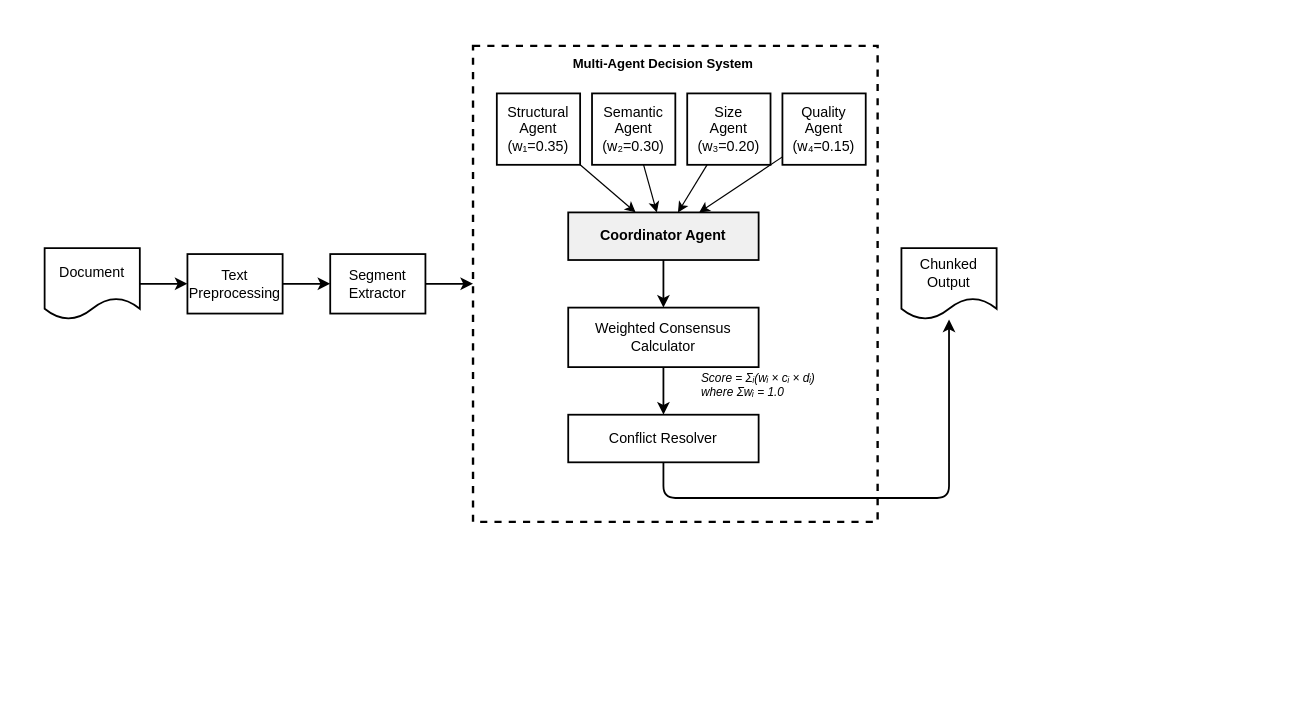
Before: diagrams/drawio/01_multi_agent_architecture.drawio in EngindalgaMaku/ebars, a draw.io diagram. Source tidied: cells renumbered, new cells numbered last; positions are measured from the earlier drawing's top-left corner, leaving out a move shared by most shapes. Both pictures are drawn from the tidied source at 119%, with x=0, y=0 at pixel (44, 45).
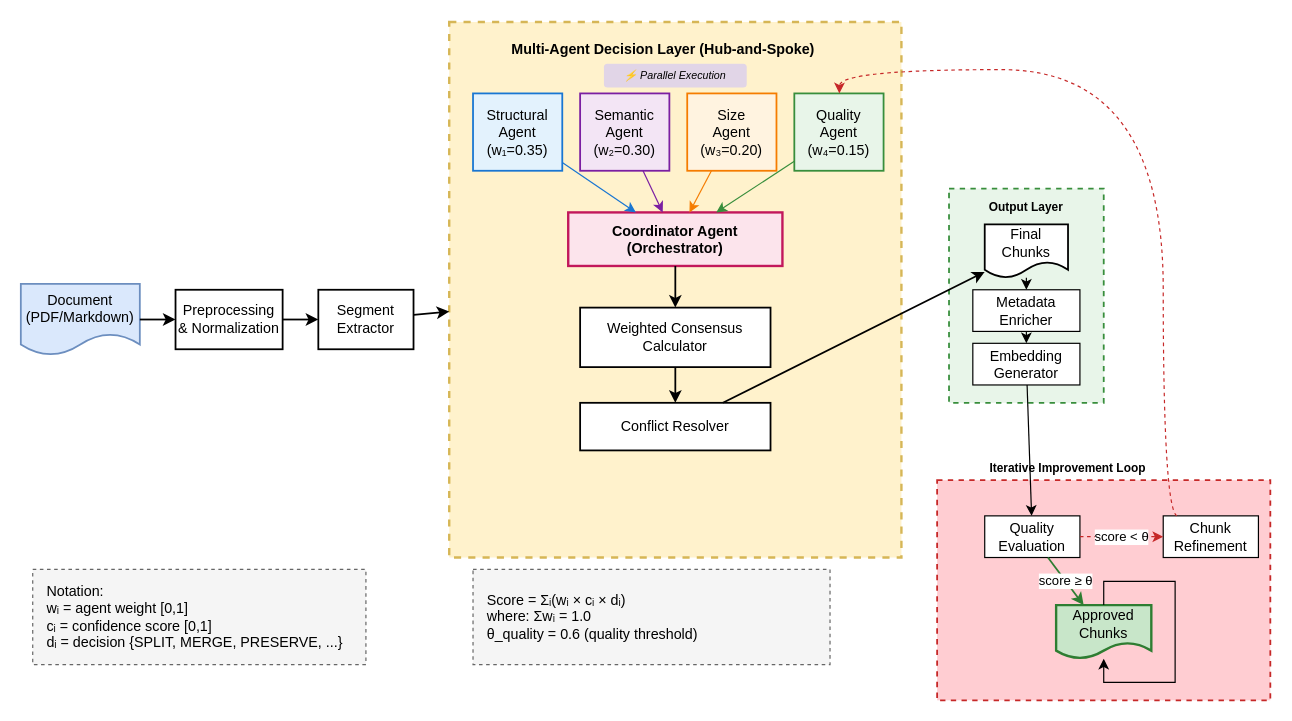
Above is the later version.

What changed in the source:
```diff
@@
-    <mxCell id="2" value="Document" style="shape=document;whiteSpace=wrap;html=1;boundedLbl=1;fillColor=#ffffff;strokeColor=#000000;strokeWidth=1.5;" parent="1" vertex="1">
-      <mxGeometry y="170" width="80" height="60" as="geometry" />
+    <mxCell id="2" value="Document&#10;(PDF/Markdown)" style="shape=document;whiteSpace=wrap;html=1;boundedLbl=1;fillColor=#dae8fc;strokeColor=#6c8ebf;strokeWidth=1.5;" parent="1" vertex="1">
+      <mxGeometry x="-20" y="200" width="100" height="60" as="geometry" />
     </mxCell>
-    <mxCell id="3" value="Text&#10;Preprocessing" style="rounded=0;whiteSpace=wrap;html=1;fillColor=#ffffff;strokeColor=#000000;strokeWidth=1.5;" parent="1" vertex="1">
-      <mxGeometry x="120" y="175" width="80" height="50" as="geometry" />
+    <mxCell id="3" value="Preprocessing&#10;&amp; Normalization" style="rounded=0;whiteSpace=wrap;html=1;fillColor=#ffffff;strokeColor=#000000;strokeWidth=1.5;" parent="1" vertex="1">
+      <mxGeometry x="110" y="205" width="90" height="50" as="geometry" />
     </mxCell>
     <mxCell id="4" value="Segment&#10;Extractor" style="rounded=0;whiteSpace=wrap;html=1;fillColor=#ffffff;strokeColor=#000000;strokeWidth=1.5;" parent="1" vertex="1">
-      <mxGeometry x="240" y="175" width="80" height="50" as="geometry" />
+      <mxGeometry x="230" y="205" width="80" height="50" as="geometry" />
     </mxCell>
-    <mxCell id="5" style="rounded=0;whiteSpace=wrap;html=1;fillColor=#ffffff;strokeColor=#000000;strokeWidth=2;dashed=1;" parent="1" vertex="1">
-      <mxGeometry x="360" width="340" height="400" as="geometry" />
+    <mxCell id="5" style="rounded=0;whiteSpace=wrap;html=1;fillColor=#fff2cc;strokeColor=#d6b656;strokeWidth=2;dashed=1;" parent="1" vertex="1">
+      <mxGeometry x="340" y="-20" width="380" height="450" as="geometry" />
     </mxCell>
-    <mxCell id="6" value="Multi-Agent Decision System" style="text;html=1;strokeColor=none;fillColor=none;align=center;verticalAlign=middle;whiteSpace=wrap;rounded=0;fontStyle=1;fontSize=11;" parent="1" vertex="1">
-      <mxGeometry x="420" y="5" width="200" height="20" as="geometry" />
+    <mxCell id="6" value="Multi-Agent Decision Layer (Hub-and-Spoke)" style="text;html=1;strokeColor=none;fillColor=none;align=center;verticalAlign=middle;whiteSpace=wrap;rounded=0;fontStyle=1;fontSize=12;" parent="1" vertex="1">
+      <mxGeometry x="380" y="-10" width="280" height="25" as="geometry" />
     </mxCell>
+    <mxCell id="26" value="⚡ Parallel Execution" style="text;html=1;strokeColor=none;fillColor=#e1d5e7;align=center;verticalAlign=middle;whiteSpace=wrap;rounded=1;fontSize=9;fontStyle=2;" parent="1" vertex="1">
+      <mxGeometry x="470" y="15" width="120" height="20" as="geometry" />
+    </mxCell>
-    <mxCell id="7" value="Structural&#10;Agent&#10;(w₁=0.35)" style="rounded=0;whiteSpace=wrap;html=1;fillColor=#ffffff;strokeColor=#000000;strokeWidth=1.5;" parent="1" vertex="1">
-      <mxGeometry x="380" y="40" width="70" height="60" as="geometry" />
+    <mxCell id="7" value="Structural&#10;Agent&#10;(w₁=0.35)" style="rounded=0;whiteSpace=wrap;html=1;fillColor=#e3f2fd;strokeColor=#1976d2;strokeWidth=1.5;" parent="1" vertex="1">
+      <mxGeometry x="360" y="40" width="75" height="65" as="geometry" />
     </mxCell>
-    <mxCell id="8" value="Semantic&#10;Agent&#10;(w₂=0.30)" style="rounded=0;whiteSpace=wrap;html=1;fillColor=#ffffff;strokeColor=#000000;strokeWidth=1.5;" parent="1" vertex="1">
-      <mxGeometry x="460" y="40" width="70" height="60" as="geometry" />
+    <mxCell id="8" value="Semantic&#10;Agent&#10;(w₂=0.30)" style="rounded=0;whiteSpace=wrap;html=1;fillColor=#f3e5f5;strokeColor=#7b1fa2;strokeWidth=1.5;" parent="1" vertex="1">
+      <mxGeometry x="450" y="40" width="75" height="65" as="geometry" />
     </mxCell>
-    <mxCell id="9" value="Size&#10;Agent&#10;(w₃=0.20)" style="rounded=0;whiteSpace=wrap;html=1;fillColor=#ffffff;strokeColor=#000000;strokeWidth=1.5;" parent="1" vertex="1">
-      <mxGeometry x="540" y="40" width="70" height="60" as="geometry" />
+    <mxCell id="9" value="Size&#10;Agent&#10;(w₃=0.20)" style="rounded=0;whiteSpace=wrap;html=1;fillColor=#fff3e0;strokeColor=#f57c00;strokeWidth=1.5;" parent="1" vertex="1">
+      <mxGeometry x="540" y="40" width="75" height="65" as="geometry" />
     </mxCell>
-    <mxCell id="10" value="Quality&#10;Agent&#10;(w₄=0.15)" style="rounded=0;whiteSpace=wrap;html=1;fillColor=#ffffff;strokeColor=#000000;strokeWidth=1.5;" parent="1" vertex="1">
-      <mxGeometry x="620" y="40" width="70" height="60" as="geometry" />
+    <mxCell id="10" value="Quality&#10;Agent&#10;(w₄=0.15)" style="rounded=0;whiteSpace=wrap;html=1;fillColor=#e8f5e9;strokeColor=#388e3c;strokeWidth=1.5;" parent="1" vertex="1">
+      <mxGeometry x="630" y="40" width="75" height="65" as="geometry" />
     </mxCell>
-    <mxCell id="11" value="Coordinator Agent" style="rounded=0;whiteSpace=wrap;html=1;fillColor=#f0f0f0;strokeColor=#000000;strokeWidth=1.5;fontStyle=1;" parent="1" vertex="1">
-      <mxGeometry x="440" y="140" width="160" height="40" as="geometry" />
+    <mxCell id="11" value="Coordinator Agent&#10;(Orchestrator)" style="rounded=0;whiteSpace=wrap;html=1;fillColor=#fce4ec;strokeColor=#c2185b;strokeWidth=2;fontStyle=1;" parent="1" vertex="1">
+      <mxGeometry x="440" y="140" width="180" height="45" as="geometry" />
     </mxCell>
     <mxCell id="12" value="Weighted Consensus&#10;Calculator" style="rounded=0;whiteSpace=wrap;html=1;fillColor=#ffffff;strokeColor=#000000;strokeWidth=1.5;" parent="1" vertex="1">
-      <mxGeometry x="440" y="220" width="160" height="50" as="geometry" />
+      <mxGeometry x="450" y="220" width="160" height="50" as="geometry" />
     </mxCell>
     <mxCell id="13" value="Conflict Resolver" style="rounded=0;whiteSpace=wrap;html=1;fillColor=#ffffff;strokeColor=#000000;strokeWidth=1.5;" parent="1" vertex="1">
-      <mxGeometry x="440" y="310" width="160" height="40" as="geometry" />
+      <mxGeometry x="450" y="300" width="160" height="40" as="geometry" />
     </mxCell>
-    <mxCell id="14" value="Chunked&#10;Output" style="shape=document;whiteSpace=wrap;html=1;boundedLbl=1;fillColor=#ffffff;strokeColor=#000000;strokeWidth=1.5;" parent="1" vertex="1">
-      <mxGeometry x="720" y="170" width="80" height="60" as="geometry" />
-    </mxCell>
+    <mxCell id="27" style="rounded=0;whiteSpace=wrap;html=1;fillColor=#e8f5e9;strokeColor=#388e3c;strokeWidth=1.5;dashed=1;" parent="1" vertex="1">
+      <mxGeometry x="760" y="120" width="130" height="180" as="geometry" />
+    </mxCell>
+    <mxCell id="28" value="Output Layer" style="text;html=1;strokeColor=none;fillColor=none;align=center;verticalAlign=middle;whiteSpace=wrap;rounded=0;fontStyle=1;fontSize=10;" parent="1" vertex="1">
+      <mxGeometry x="775" y="125" width="100" height="20" as="geometry" />
+    </mxCell>
+    <mxCell id="29" value="Final&#10;Chunks" style="shape=document;whiteSpace=wrap;html=1;boundedLbl=1;fillColor=#ffffff;strokeColor=#000000;strokeWidth=1.5;" parent="1" vertex="1">
+      <mxGeometry x="790" y="150" width="70" height="45" as="geometry" />
+    </mxCell>
+    <mxCell id="30" value="Metadata&#10;Enricher" style="rounded=0;whiteSpace=wrap;html=1;fillColor=#ffffff;strokeColor=#000000;strokeWidth=1;" parent="1" vertex="1">
+      <mxGeometry x="780" y="205" width="90" height="35" as="geometry" />
+    </mxCell>
+    <mxCell id="31" value="Embedding&#10;Generator" style="rounded=0;whiteSpace=wrap;html=1;fillColor=#ffffff;strokeColor=#000000;strokeWidth=1;" parent="1" vertex="1">
+      <mxGeometry x="780" y="250" width="90" height="35" as="geometry" />
+    </mxCell>
+    <mxCell id="32" style="rounded=0;whiteSpace=wrap;html=1;fillColor=#ffcdd2;strokeColor=#c62828;strokeWidth=1.5;dashed=1;" parent="1" vertex="1">
+      <mxGeometry x="750" y="365" width="280" height="185" as="geometry" />
+    </mxCell>
+    <mxCell id="33" value="Iterative Improvement Loop" style="text;html=1;strokeColor=none;fillColor=none;align=center;verticalAlign=middle;whiteSpace=wrap;rounded=0;fontStyle=1;fontSize=10;" parent="1" vertex="1">
+      <mxGeometry x="780" y="345" width="160" height="20" as="geometry" />
+    </mxCell>
+    <mxCell id="34" value="Quality&#10;Evaluation" style="rounded=0;whiteSpace=wrap;html=1;fillColor=#ffffff;strokeColor=#000000;strokeWidth=1;" parent="1" vertex="1">
+      <mxGeometry x="790" y="395" width="80" height="35" as="geometry" />
+    </mxCell>
+    <mxCell id="35" value="Chunk&#10;Refinement" style="rounded=0;whiteSpace=wrap;html=1;fillColor=#ffffff;strokeColor=#000000;strokeWidth=1;" parent="1" vertex="1">
+      <mxGeometry x="940" y="395" width="80" height="35" as="geometry" />
+    </mxCell>
+    <mxCell id="36" value="Approved&#10;Chunks" style="shape=document;whiteSpace=wrap;html=1;boundedLbl=1;fillColor=#c8e6c9;strokeColor=#2e7d32;strokeWidth=2;" parent="1" vertex="1">
+      <mxGeometry x="850" y="470" width="80" height="45" as="geometry" />
+    </mxCell>
@@
-    <mxCell id="18" style="endArrow=classic;html=1;strokeWidth=1;strokeColor=#000000;" parent="1" edge="1" source="7" target="11">
+    <mxCell id="18" style="endArrow=classic;html=1;strokeWidth=1;strokeColor=#1976d2;" parent="1" edge="1" source="7" target="11">
       <mxGeometry relative="1" as="geometry" />
     </mxCell>
-    <mxCell id="19" style="endArrow=classic;html=1;strokeWidth=1;strokeColor=#000000;" parent="1" edge="1" source="8" target="11">
+    <mxCell id="19" style="endArrow=classic;html=1;strokeWidth=1;strokeColor=#7b1fa2;" parent="1" edge="1" source="8" target="11">
       <mxGeometry relative="1" as="geometry" />
     </mxCell>
-    <mxCell id="20" style="endArrow=classic;html=1;strokeWidth=1;strokeColor=#000000;" parent="1" edge="1" source="9" target="11">
+    <mxCell id="20" style="endArrow=classic;html=1;strokeWidth=1;strokeColor=#f57c00;" parent="1" edge="1" source="9" target="11">
       <mxGeometry relative="1" as="geometry" />
     </mxCell>
-    <mxCell id="21" style="endArrow=classic;html=1;strokeWidth=1;strokeColor=#000000;" parent="1" edge="1" source="10" target="11">
+    <mxCell id="21" style="endArrow=classic;html=1;strokeWidth=1;strokeColor=#388e3c;" parent="1" edge="1" source="10" target="11">
       <mxGeometry relative="1" as="geometry" />
     </mxCell>
@@
-    <mxCell id="24" style="endArrow=classic;html=1;strokeWidth=1.5;strokeColor=#000000;" parent="1" edge="1" source="13" target="14">
-      <mxGeometry relative="1" as="geometry">
-        <Array as="points">
-          <mxPoint x="520" y="380" />
-          <mxPoint x="760" y="380" />
-        </Array>
-      </mxGeometry>
+    <mxCell id="24" style="endArrow=classic;html=1;strokeWidth=1.5;strokeColor=#000000;" parent="1" edge="1" source="13" target="29">
+      <mxGeometry relative="1" as="geometry" />
     </mxCell>
+    <mxCell id="37" style="endArrow=classic;html=1;strokeWidth=1;strokeColor=#000000;" parent="1" edge="1" source="29" target="30">
+      <mxGeometry relative="1" as="geometry" />
+    </mxCell>
+    <mxCell id="38" style="endArrow=classic;html=1;strokeWidth=1;strokeColor=#000000;" parent="1" edge="1" source="30" target="31">
+      <mxGeometry relative="1" as="geometry" />
+    </mxCell>
+    <mxCell id="39" style="endArrow=classic;html=1;strokeWidth=1;strokeColor=#000000;" parent="1" edge="1" source="31" target="34">
+      <mxGeometry relative="1" as="geometry" />
+    </mxCell>
+    <mxCell id="40" value="score &lt; θ" style="endArrow=classic;html=1;strokeWidth=1;strokeColor=#c62828;dashed=1;" parent="1" edge="1" source="34" target="35">
+      <mxGeometry relative="1" as="geometry" />
+    </mxCell>
+    <mxCell id="41" style="endArrow=classic;html=1;strokeWidth=1;strokeColor=#c62828;dashed=1;curved=1;" parent="1" edge="1" source="35" target="10">
+      <mxGeometry relative="1" as="geometry">
+        <Array as="points">
+          <mxPoint x="940" y="388" />
+          <mxPoint x="940" y="20" />
+          <mxPoint x="668" y="20" />
+        </Array>
+      </mxGeometry>
+    </mxCell>
+    <mxCell id="42" value="score ≥ θ" style="endArrow=classic;html=1;strokeWidth=1.5;strokeColor=#2e7d32;" parent="1" edge="1" source="34" target="36">
+      <mxGeometry relative="1" as="geometry" />
+    </mxCell>
+    <mxCell id="43" style="rounded=0;whiteSpace=wrap;html=1;fillColor=#f5f5f5;strokeColor=#666666;strokeWidth=1;dashed=1;" parent="1" vertex="1">
+      <mxGeometry x="360" y="440" width="300" height="80" as="geometry" />
+    </mxCell>
-    <mxCell id="25" value="Score = Σᵢ(wᵢ × cᵢ × dᵢ)&#10;where Σwᵢ = 1.0" style="text;html=1;strokeColor=none;fillColor=none;align=left;verticalAlign=middle;whiteSpace=wrap;rounded=0;fontSize=10;fontStyle=2;" parent="1" vertex="1">
-      <mxGeometry x="550" y="270" width="120" height="30" as="geometry" />
+    <mxCell id="25" value="&lt;font style=&quot;font-size: 12px;&quot;&gt;Score = Σᵢ(wᵢ × cᵢ × dᵢ)&lt;br&gt;where: Σwᵢ = 1.0&lt;br&gt;θ_quality = 0.6 (quality threshold)&lt;/font&gt;" style="text;html=1;strokeColor=none;fillColor=none;align=left;verticalAlign=middle;whiteSpace=wrap;rounded=0;fontSize=10;fontStyle=0;" parent="1" vertex="1">
+      <mxGeometry x="370" y="450" width="280" height="60" as="geometry" />
     </mxCell>
+    <mxCell id="44" style="rounded=0;whiteSpace=wrap;html=1;fillColor=#f5f5f5;strokeColor=#666666;strokeWidth=1;dashed=1;" parent="1" vertex="1">
+      <mxGeometry x="-10" y="440" width="280" height="80" as="geometry" />
+    </mxCell>
+    <mxCell id="45" value="&lt;font style=&quot;font-size: 12px;&quot;&gt;Notation:&lt;br&gt;wᵢ = agent weight [0,1]&lt;br&gt;cᵢ = confidence score [0,1]&lt;br&gt;dᵢ = decision {SPLIT, MERGE, PRESERVE, ...}&lt;/font&gt;" style="text;html=1;strokeColor=none;fillColor=none;align=left;verticalAlign=middle;whiteSpace=wrap;rounded=0;fontSize=9;" parent="1" vertex="1">
+      <mxGeometry y="445" width="260" height="70" as="geometry" />
+    </mxCell>
+    <mxCell id="46" style="edgeStyle=orthogonalEdgeStyle;rounded=0;orthogonalLoop=1;jettySize=auto;html=1;exitX=0.5;exitY=0;exitDx=0;exitDy=0;" parent="1" edge="1" source="36" target="36">
+      <mxGeometry relative="1" as="geometry" />
+    </mxCell>
```
